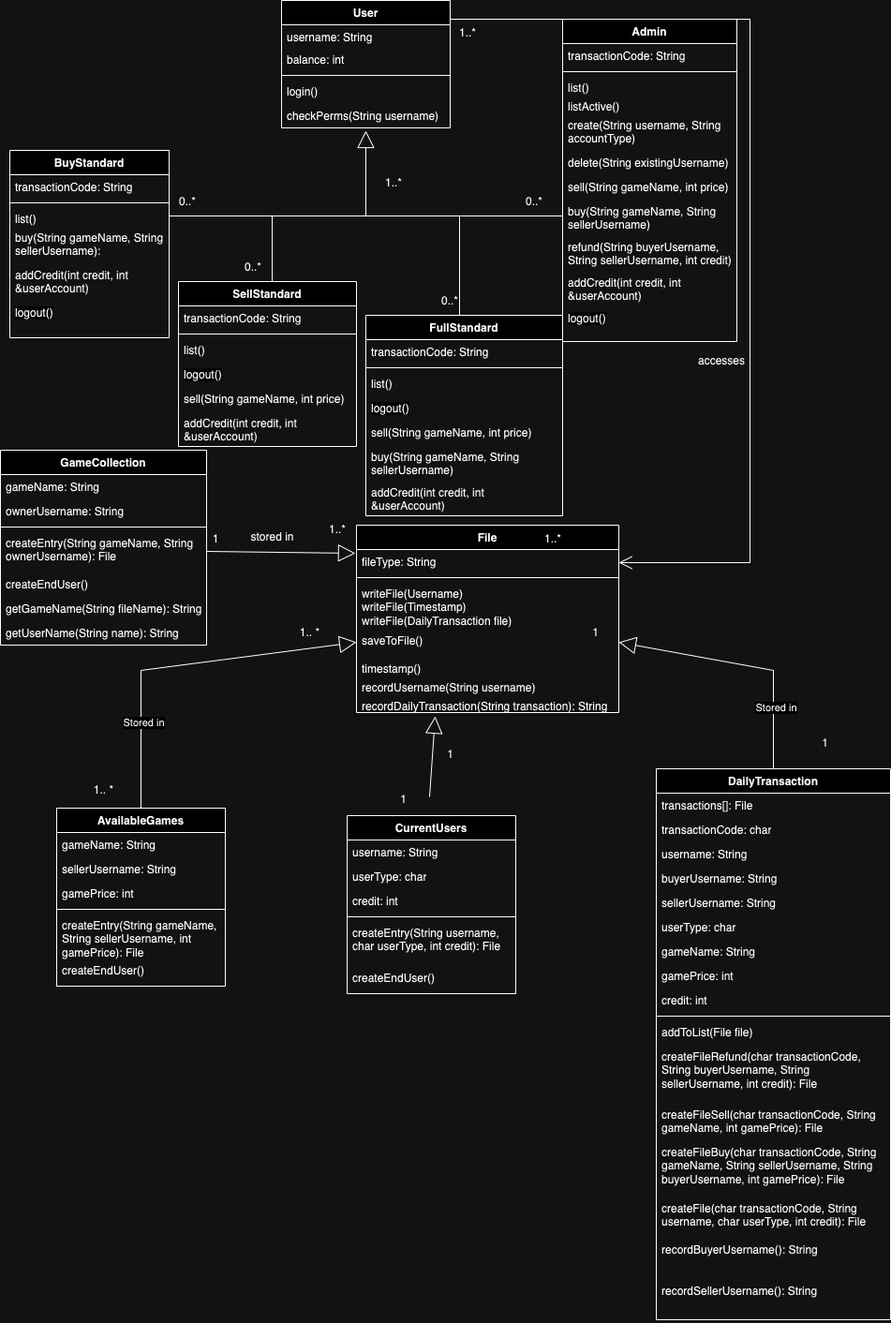
Above: root/UML_Diagram.png in David-A-DavidD/Tree (draw.io), before the change. Source tidied: cells renumbered, new cells last; positions are measured from the earlier drawing's top-left corner, leaving out a move shared by most shapes.
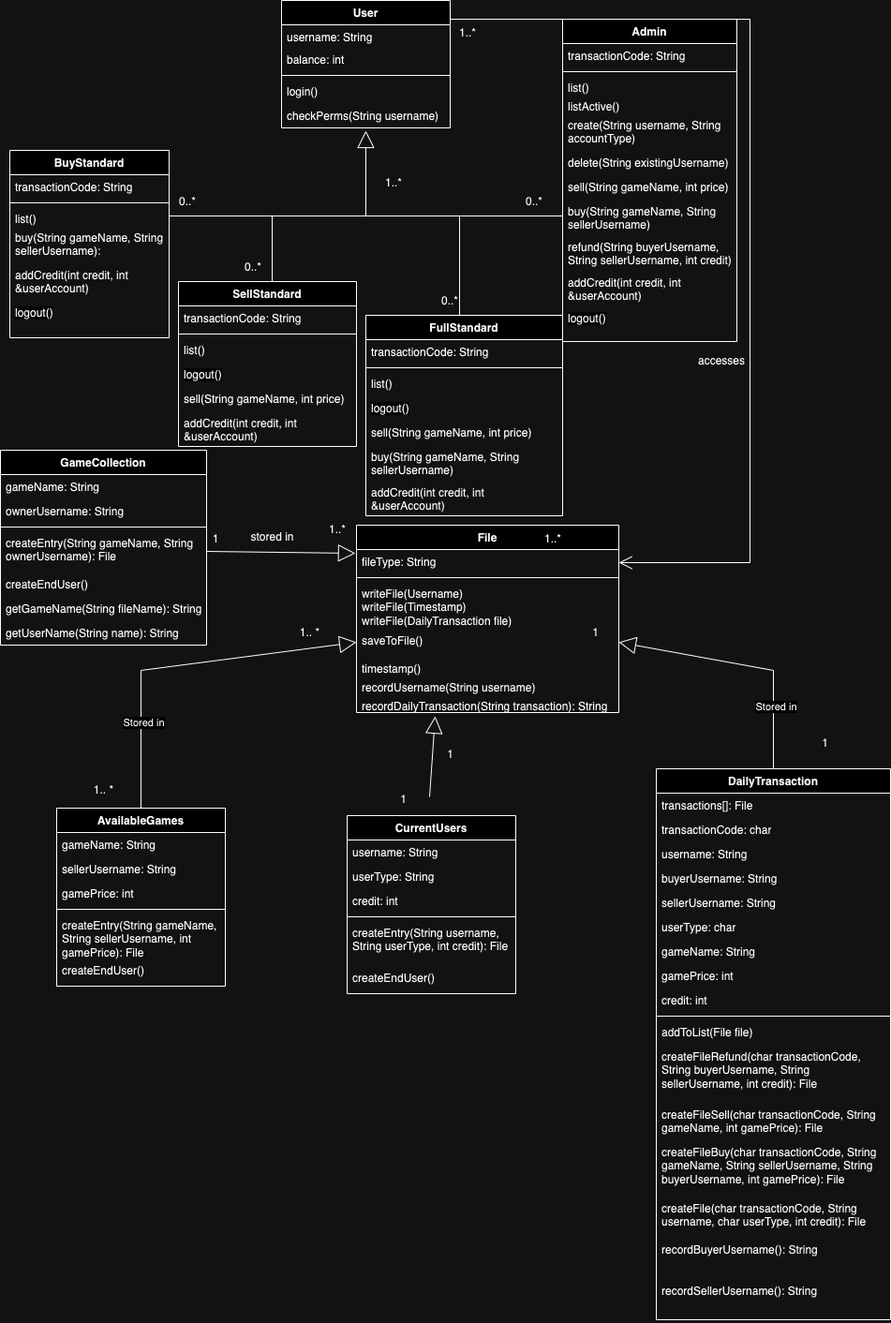
Later version of the same file.

Commit message:
Update UML Description and Diagram

Change to the diagram source:
```diff
@@ -250,7 +250,7 @@
     <mxCell id="78" value="username: String" style="text;strokeColor=none;fillColor=none;align=left;verticalAlign=top;spacingLeft=4;spacingRight=4;overflow=hidden;whiteSpace=wrap;html=1;" parent="77" vertex="1">
       <mxGeometry y="26" width="180" height="26" as="geometry" />
     </mxCell>
-    <mxCell id="79" value="userType: char" style="text;strokeColor=none;fillColor=none;align=left;verticalAlign=top;spacingLeft=4;spacingRight=4;overflow=hidden;whiteSpace=wrap;html=1;" parent="77" vertex="1">
+    <mxCell id="79" value="userType: String" style="text;strokeColor=none;fillColor=none;align=left;verticalAlign=top;spacingLeft=4;spacingRight=4;overflow=hidden;whiteSpace=wrap;html=1;" parent="77" vertex="1">
       <mxGeometry y="52" width="180" height="26" as="geometry" />
     </mxCell>
     <mxCell id="80" value="credit: int" style="text;strokeColor=none;fillColor=none;align=left;verticalAlign=top;spacingLeft=4;spacingRight=4;overflow=hidden;whiteSpace=wrap;html=1;" parent="77" vertex="1">
@@ -259,7 +259,7 @@
     <mxCell id="81" style="line;strokeWidth=1;fillColor=none;align=left;verticalAlign=middle;spacingTop=-1;spacingLeft=3;spacingRight=3;labelPosition=right;strokeColor=inherit;" parent="77" vertex="1">
       <mxGeometry y="104" width="180" height="8" as="geometry" />
     </mxCell>
-    <mxCell id="82" value="createEntry(String username, char userType, int credit): File" style="text;strokeColor=none;fillColor=none;align=left;verticalAlign=top;spacingLeft=4;spacingRight=4;overflow=hidden;whiteSpace=wrap;html=1;" parent="77" vertex="1">
+    <mxCell id="82" value="createEntry(String username, String userType, int credit): File" style="text;strokeColor=none;fillColor=none;align=left;verticalAlign=top;spacingLeft=4;spacingRight=4;overflow=hidden;whiteSpace=wrap;html=1;" parent="77" vertex="1">
       <mxGeometry y="112" width="180" height="48" as="geometry" />
     </mxCell>
     <mxCell id="83" value="createEndUser()" style="text;strokeColor=none;fillColor=none;align=left;verticalAlign=top;spacingLeft=4;spacingRight=4;overflow=hidden;whiteSpace=wrap;html=1;" parent="77" vertex="1">
```
